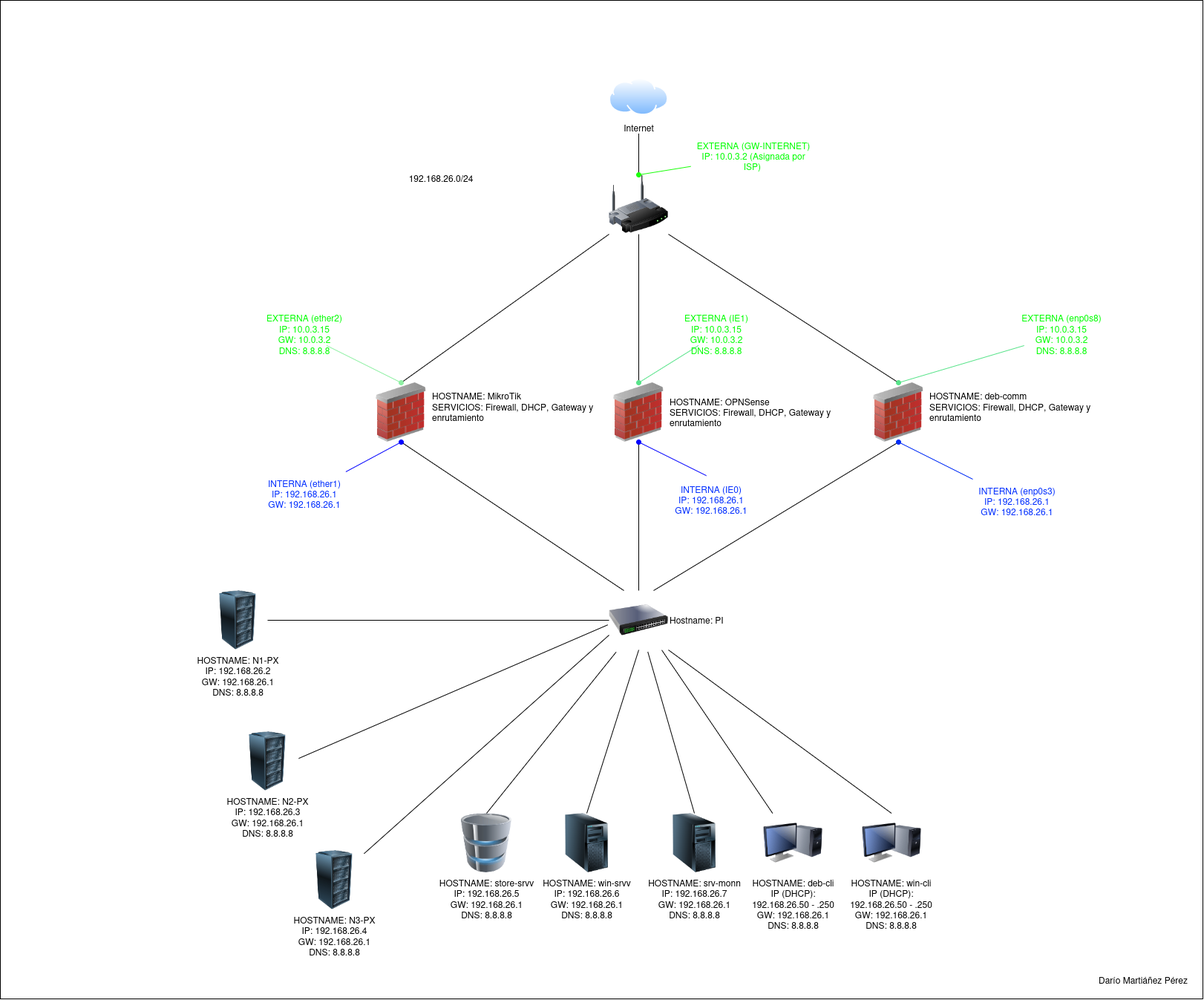
darmarper3/individual-pi-asix-batoi keeps this draw.io diagram as evidencias/Esquema-Red-T0-Individual.drawio.png. Above is the earlier version. Source tidied: cells renumbered, new cells last; positions are measured from the earlier drawing's top-left corner, leaving out a move shared by most shapes.
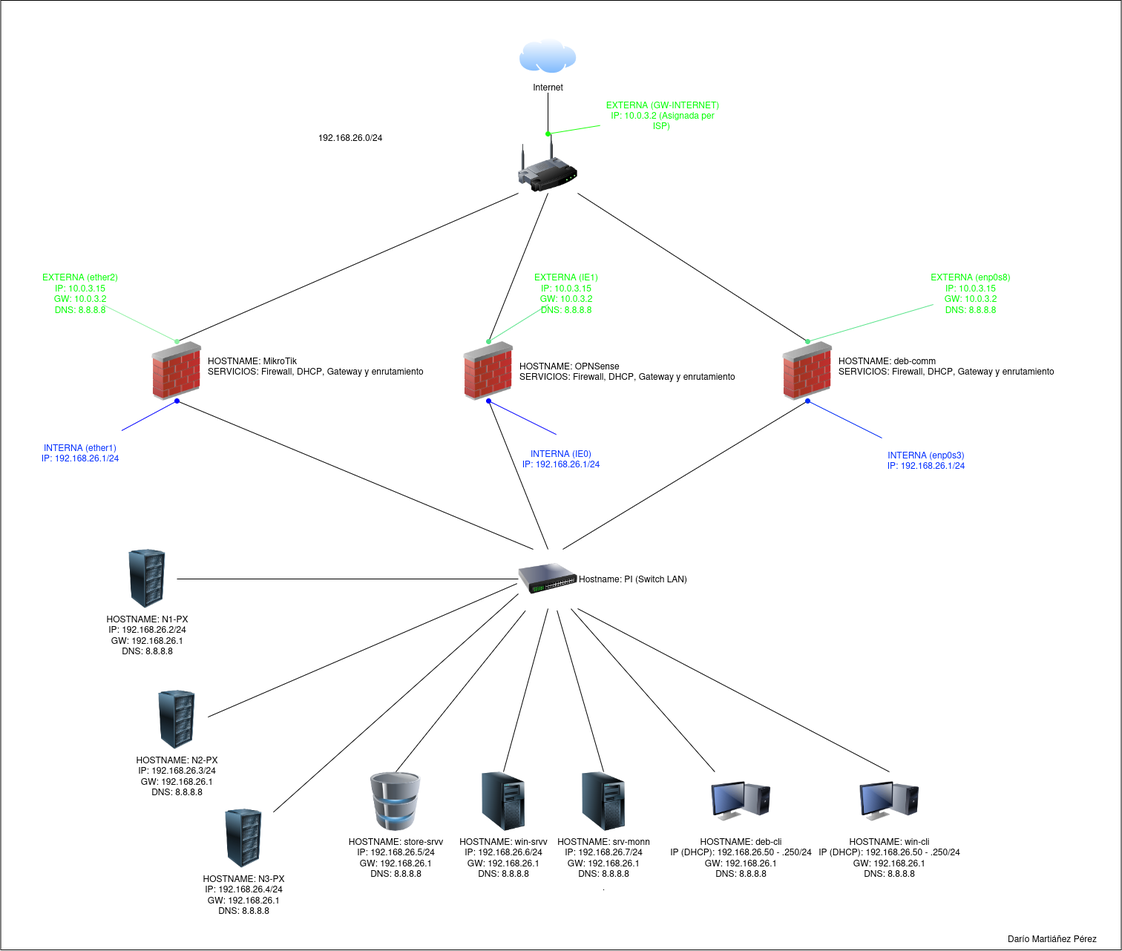
Above is the later version.

Change to the diagram source:
```diff
@@ -3,21 +3,21 @@
     <mxCell id="0" />
     <mxCell id="1" parent="0" />
     <mxCell id="2" style="rounded=0;whiteSpace=wrap;html=1;" parent="1" vertex="1">
-      <mxGeometry width="1620" height="1345" as="geometry" />
+      <mxGeometry x="122.5" y="55" width="1510" height="1280" as="geometry" />
     </mxCell>
-    <mxCell id="3" value="&lt;div&gt;HOSTNAME: win-cli&lt;/div&gt;&lt;div&gt;IP (DHCP):&lt;/div&gt;&lt;div&gt;192.168.26.50 - .250&lt;/div&gt;&lt;div&gt;GW:&amp;nbsp;192.168.26.1&lt;/div&gt;&lt;div&gt;DNS: 8.8.8.8&lt;/div&gt;" style="image;html=1;image=img/lib/clip_art/computers/Monitor_Tower_128x128.png;labelPerimeter=1;" parent="1" vertex="1">
-      <mxGeometry x="1160.5" y="1095" width="80" height="80" as="geometry" />
+    <mxCell id="3" value="&lt;div&gt;HOSTNAME: win-cli&lt;/div&gt;&lt;div&gt;IP (DHCP): 192.168.26.50 - .250/24&lt;/div&gt;&lt;div&gt;GW:&amp;nbsp;192.168.26.1&lt;/div&gt;&lt;div&gt;DNS: 8.8.8.8&lt;/div&gt;" style="image;html=1;image=img/lib/clip_art/computers/Monitor_Tower_128x128.png;labelPerimeter=1;" parent="1" vertex="1">
+      <mxGeometry x="1280" y="1095" width="80" height="80" as="geometry" />
     </mxCell>
-    <mxCell id="4" value="&lt;div&gt;HOSTNAME: deb-cli&lt;/div&gt;&lt;div&gt;IP (DHCP):&lt;/div&gt;&lt;div&gt;192.168.26.50 - .250&lt;/div&gt;&lt;div&gt;GW:&amp;nbsp;192.168.26.1&lt;/div&gt;&lt;div&gt;DNS: 8.8.8.8&lt;/div&gt;" style="image;html=1;image=img/lib/clip_art/computers/Monitor_Tower_128x128.png;labelPerimeter=1;" parent="1" vertex="1">
-      <mxGeometry x="1027.5" y="1095" width="80" height="80" as="geometry" />
+    <mxCell id="4" value="&lt;div&gt;HOSTNAME: deb-cli&lt;/div&gt;&lt;div&gt;IP (DHCP): 192.168.26.50 - .250/24&lt;/div&gt;&lt;div&gt;GW:&amp;nbsp;192.168.26.1&lt;/div&gt;&lt;div&gt;DNS: 8.8.8.8&lt;/div&gt;" style="image;html=1;image=img/lib/clip_art/computers/Monitor_Tower_128x128.png;labelPerimeter=1;" parent="1" vertex="1">
+      <mxGeometry x="1080" y="1095" width="80" height="80" as="geometry" />
     </mxCell>
-    <mxCell id="5" value="&lt;div&gt;&lt;div&gt;&lt;div&gt;&lt;div&gt;HOSTNAME:&amp;nbsp;store-srvv&lt;/div&gt;&lt;div&gt;IP: 192.168.26.5&lt;/div&gt;&lt;div&gt;GW: 192.168.26.1&lt;/div&gt;&lt;div&gt;DNS: 8.8.8.8&lt;/div&gt;&lt;/div&gt;&lt;br&gt;&lt;br&gt;&lt;/div&gt;&lt;br&gt;&lt;/div&gt;" style="image;html=1;image=img/lib/clip_art/computers/Database_128x128.png;labelPerimeter=1;" parent="1" vertex="1">
+    <mxCell id="5" value="&lt;div&gt;&lt;div&gt;&lt;div&gt;&lt;div&gt;HOSTNAME:&amp;nbsp;store-srvv&lt;/div&gt;&lt;div&gt;IP: 192.168.26.5/24&lt;/div&gt;&lt;div&gt;GW: 192.168.26.1&lt;/div&gt;&lt;div&gt;DNS: 8.8.8.8&lt;/div&gt;&lt;/div&gt;&lt;br&gt;&lt;br&gt;&lt;/div&gt;&lt;br&gt;&lt;/div&gt;" style="image;html=1;image=img/lib/clip_art/computers/Database_128x128.png;labelPerimeter=1;" parent="1" vertex="1">
       <mxGeometry x="615" y="1095" width="80" height="80" as="geometry" />
     </mxCell>
-    <mxCell id="6" value="&lt;div&gt;&lt;div&gt;&lt;div&gt;HOSTNAME:&amp;nbsp;deb-comm&lt;/div&gt;&lt;div&gt;SERVICIOS: Firewall, DHCP, Gateway y&lt;/div&gt;&lt;div&gt;enrutamiento&lt;/div&gt;&lt;/div&gt;&lt;br&gt;&lt;/div&gt;" style="image;html=1;image=img/lib/clip_art/networking/Firewall_02_128x128.png;labelPerimeter=1;labelPosition=right;verticalLabelPosition=middle;align=left;verticalAlign=middle;" parent="1" vertex="1">
+    <mxCell id="6" value="&lt;div&gt;&lt;div&gt;&lt;div&gt;HOSTNAME:&amp;nbsp;deb-comm&lt;/div&gt;&lt;div&gt;SERVICIOS: Firewall, DHCP, Gateway y enrutamiento&lt;/div&gt;&lt;/div&gt;&lt;br&gt;&lt;/div&gt;" style="image;html=1;image=img/lib/clip_art/networking/Firewall_02_128x128.png;labelPerimeter=1;labelPosition=right;verticalLabelPosition=middle;align=left;verticalAlign=middle;" parent="1" vertex="1">
       <mxGeometry x="1170" y="515" width="80" height="80" as="geometry" />
     </mxCell>
-    <mxCell id="7" value="&lt;div&gt;&lt;div&gt;&lt;div&gt;&lt;div&gt;HOSTNAME: N1-PX&lt;/div&gt;&lt;div&gt;IP: 192.168.26.2&lt;/div&gt;&lt;div&gt;GW: 192.168.26.1&lt;/div&gt;&lt;div&gt;DNS: 8.8.8.8&lt;/div&gt;&lt;/div&gt;&lt;/div&gt;&lt;/div&gt;" style="image;html=1;image=img/lib/clip_art/computers/Server_Rack_128x128.png;labelPerimeter=1;" parent="1" vertex="1">
+    <mxCell id="7" value="&lt;div&gt;&lt;div&gt;&lt;div&gt;&lt;div&gt;HOSTNAME: N1-PX&lt;/div&gt;&lt;div&gt;IP: 192.168.26.2/24&lt;/div&gt;&lt;div&gt;GW: 192.168.26.1&lt;/div&gt;&lt;div&gt;DNS: 8.8.8.8&lt;/div&gt;&lt;/div&gt;&lt;/div&gt;&lt;/div&gt;" style="image;html=1;image=img/lib/clip_art/computers/Server_Rack_128x128.png;labelPerimeter=1;" parent="1" vertex="1">
       <mxGeometry x="280" y="795" width="80" height="80" as="geometry" />
     </mxCell>
     <mxCell id="8" style="edgeStyle=orthogonalEdgeStyle;rounded=0;jettySize=auto;html=1;defaultLabelBackgroundColor=gap;" parent="1" edge="1" source="9">
@@ -25,22 +25,22 @@
         <mxPoint x="935" y="1255" as="targetPoint" />
       </mxGeometry>
     </mxCell>
-    <mxCell id="9" value="&lt;div&gt;&lt;div&gt;HOSTNAME:&amp;nbsp;srv-monn&lt;/div&gt;&lt;div&gt;IP: 192.168.26.7&lt;/div&gt;&lt;div&gt;GW:&amp;nbsp;192.168.26.1&lt;/div&gt;&lt;div&gt;DNS: 8.8.8.8&lt;/div&gt;&lt;br&gt;&lt;/div&gt;" style="image;html=1;image=img/lib/clip_art/computers/Server_Tower_128x128.png;labelPerimeter=1;" parent="1" vertex="1">
+    <mxCell id="9" value="&lt;div&gt;&lt;div&gt;HOSTNAME:&amp;nbsp;srv-monn&lt;/div&gt;&lt;div&gt;IP: 192.168.26.7/24&lt;/div&gt;&lt;div&gt;GW:&amp;nbsp;192.168.26.1&lt;/div&gt;&lt;div&gt;DNS: 8.8.8.8&lt;/div&gt;&lt;br&gt;&lt;/div&gt;" style="image;html=1;image=img/lib/clip_art/computers/Server_Tower_128x128.png;labelPerimeter=1;" parent="1" vertex="1">
       <mxGeometry x="895" y="1095" width="80" height="80" as="geometry" />
     </mxCell>
-    <mxCell id="10" value="&lt;div&gt;&lt;div&gt;HOSTNAME: win-srvv&lt;/div&gt;&lt;div&gt;IP:&amp;nbsp;192.168.26.6&lt;/div&gt;&lt;div&gt;GW:&amp;nbsp;192.168.26.1&lt;/div&gt;&lt;div&gt;DNS: 8.8.8.8&lt;/div&gt;&lt;/div&gt;" style="image;html=1;image=img/lib/clip_art/computers/Server_Tower_128x128.png;labelPerimeter=1;" parent="1" vertex="1">
-      <mxGeometry x="750" y="1095" width="80" height="80" as="geometry" />
+    <mxCell id="10" value="&lt;div&gt;&lt;div&gt;HOSTNAME: win-srvv&lt;/div&gt;&lt;div&gt;IP:&amp;nbsp;192.168.26.6/24&lt;/div&gt;&lt;div&gt;GW:&amp;nbsp;192.168.26.1&lt;/div&gt;&lt;div&gt;DNS: 8.8.8.8&lt;/div&gt;&lt;/div&gt;" style="image;html=1;image=img/lib/clip_art/computers/Server_Tower_128x128.png;labelPerimeter=1;" parent="1" vertex="1">
+      <mxGeometry x="760" y="1095" width="80" height="80" as="geometry" />
     </mxCell>
-    <mxCell id="11" value="&lt;div&gt;&lt;div&gt;&lt;div&gt;HOSTNAME:&amp;nbsp;MikroTik&lt;/div&gt;SERVICIOS: Firewall, DHCP, Gateway y&lt;/div&gt;&lt;div&gt;enrutamiento&lt;/div&gt;&lt;br&gt;&lt;/div&gt;" style="image;html=1;image=img/lib/clip_art/networking/Firewall_02_128x128.png;labelPerimeter=1;labelPosition=right;verticalLabelPosition=middle;align=left;verticalAlign=middle;" parent="1" vertex="1">
-      <mxGeometry x="500" y="515" width="80" height="80" as="geometry" />
+    <mxCell id="11" value="&lt;div&gt;&lt;div&gt;&lt;div&gt;HOSTNAME:&amp;nbsp;MikroTik&lt;/div&gt;SERVICIOS: Firewall, DHCP, Gateway y enrutamiento&lt;/div&gt;&lt;br&gt;&lt;/div&gt;" style="image;html=1;image=img/lib/clip_art/networking/Firewall_02_128x128.png;labelPerimeter=1;labelPosition=right;verticalLabelPosition=middle;align=left;verticalAlign=middle;" parent="1" vertex="1">
+      <mxGeometry x="320" y="515" width="80" height="80" as="geometry" />
     </mxCell>
-    <mxCell id="12" value="&lt;div&gt;&lt;div&gt;HOSTNAME: OPNSense&lt;/div&gt;&lt;div&gt;SERVICIOS: Firewall, DHCP, Gateway y&lt;/div&gt;&lt;div&gt;enrutamiento&lt;/div&gt;&lt;/div&gt;" style="image;html=1;image=img/lib/clip_art/networking/Firewall_02_128x128.png;labelPerimeter=1;labelPosition=right;verticalLabelPosition=middle;align=left;verticalAlign=middle;" parent="1" vertex="1">
-      <mxGeometry x="820" y="515" width="80" height="80" as="geometry" />
+    <mxCell id="12" value="&lt;div&gt;&lt;div&gt;HOSTNAME: OPNSense&lt;/div&gt;&lt;div&gt;SERVICIOS: Firewall, DHCP, Gateway y enrutamiento&lt;/div&gt;&lt;/div&gt;" style="image;html=1;image=img/lib/clip_art/networking/Firewall_02_128x128.png;labelPerimeter=1;labelPosition=right;verticalLabelPosition=middle;align=left;verticalAlign=middle;" parent="1" vertex="1">
+      <mxGeometry x="740" y="515" width="80" height="80" as="geometry" />
     </mxCell>
     <mxCell id="13" style="rounded=0;jettySize=auto;html=1;defaultLabelBackgroundColor=gap;endArrow=none;endFill=0;exitX=0.888;exitY=1.002;exitDx=0;exitDy=0;exitPerimeter=0;" parent="1" edge="1" source="14" target="4">
       <mxGeometry relative="1" as="geometry" />
     </mxCell>
-    <mxCell id="14" value="Hostname: PI" style="image;html=1;image=img/lib/clip_art/networking/Switch_128x128.png;textDirection=ltr;labelPosition=right;verticalLabelPosition=middle;align=left;verticalAlign=middle;labelPerimeter=1;" parent="1" vertex="1">
+    <mxCell id="14" value="Hostname: PI (Switch LAN)" style="image;html=1;image=img/lib/clip_art/networking/Switch_128x128.png;textDirection=ltr;labelPosition=right;verticalLabelPosition=middle;align=left;verticalAlign=middle;labelPerimeter=1;" parent="1" vertex="1">
       <mxGeometry x="820" y="795" width="80" height="80" as="geometry" />
     </mxCell>
     <mxCell id="15" style="rounded=0;jettySize=auto;html=1;defaultLabelBackgroundColor=gap;endArrow=none;endFill=0;exitX=1;exitY=1;exitDx=0;exitDy=0;entryX=0.5;entryY=0;entryDx=0;entryDy=0;" parent="1" edge="1" source="14" target="3">
@@ -89,18 +89,18 @@
       <mxGeometry relative="1" as="geometry" />
     </mxCell>
     <mxCell id="30" value="&lt;div&gt;EXTERNA (IE1)&lt;/div&gt;&lt;div&gt;IP: 10.0.3.15&lt;/div&gt;&lt;div&gt;GW: 10.0.3.2&lt;/div&gt;&lt;div&gt;DNS: 8.8.8.8&lt;/div&gt;" style="text;html=1;whiteSpace=wrap;strokeColor=none;fillColor=none;align=center;verticalAlign=middle;rounded=0;fontColor=light-dark(#00FF00,#EDEDED);" parent="1" vertex="1">
-      <mxGeometry x="894.5" y="435" width="140" height="30" as="geometry" />
+      <mxGeometry x="814.5" y="435" width="140" height="30" as="geometry" />
     </mxCell>
     <mxCell id="31" style="rounded=0;jettySize=auto;html=1;entryX=0.5;entryY=1;entryDx=0;entryDy=0;defaultLabelBackgroundColor=gap;endArrow=oval;endFill=1;strokeColor=light-dark(#0000ff, #ededed);exitX=0.454;exitY=-0.039;exitDx=0;exitDy=0;exitPerimeter=0;" parent="1" edge="1" source="32" target="12">
       <mxGeometry relative="1" as="geometry" />
     </mxCell>
-    <mxCell id="32" value="&lt;div&gt;INTERNA (IE0)&lt;/div&gt;&lt;div&gt;IP: 192.168.26.1&lt;/div&gt;&lt;div&gt;GW:&amp;nbsp;192.168.26.1&lt;/div&gt;" style="text;html=1;whiteSpace=wrap;strokeColor=none;fillColor=none;align=center;verticalAlign=middle;rounded=0;fontColor=light-dark(#002DFF,#EDEDED);" parent="1" vertex="1">
-      <mxGeometry x="887.5" y="642.5" width="140" height="60" as="geometry" />
+    <mxCell id="32" value="&lt;div&gt;INTERNA (IE0)&lt;/div&gt;&lt;div&gt;IP: 192.168.26.1/24&lt;/div&gt;" style="text;html=1;whiteSpace=wrap;strokeColor=none;fillColor=none;align=center;verticalAlign=middle;rounded=0;fontColor=light-dark(#002DFF,#EDEDED);" parent="1" vertex="1">
+      <mxGeometry x="807.5" y="642.5" width="140" height="60" as="geometry" />
     </mxCell>
     <mxCell id="33" style="rounded=0;jettySize=auto;html=1;entryX=0.5;entryY=1;entryDx=0;entryDy=0;defaultLabelBackgroundColor=gap;endArrow=oval;endFill=1;strokeColor=#002CF6;" parent="1" edge="1" source="34" target="6">
       <mxGeometry relative="1" as="geometry" />
     </mxCell>
-    <mxCell id="34" value="&lt;div&gt;INTERNA (enp0s3)&lt;/div&gt;&lt;div&gt;IP: 192.168.26.1&lt;/div&gt;&lt;div&gt;GW:&amp;nbsp;192.168.26.1&lt;/div&gt;" style="text;html=1;whiteSpace=wrap;strokeColor=none;fillColor=none;align=center;verticalAlign=middle;rounded=0;fontColor=light-dark(#002DFF,#EDEDED);" parent="1" vertex="1">
+    <mxCell id="34" value="&lt;div&gt;INTERNA (enp0s3)&lt;/div&gt;&lt;div&gt;IP: 192.168.26.1/24&lt;/div&gt;" style="text;html=1;whiteSpace=wrap;strokeColor=none;fillColor=none;align=center;verticalAlign=middle;rounded=0;fontColor=light-dark(#002DFF,#EDEDED);" parent="1" vertex="1">
       <mxGeometry x="1300" y="645" width="140" height="60" as="geometry" />
     </mxCell>
     <mxCell id="35" style="rounded=0;jettySize=auto;html=1;entryX=0.5;entryY=0;entryDx=0;entryDy=0;defaultLabelBackgroundColor=gap;endArrow=oval;endFill=1;strokeColor=light-dark(#57e389, #ededed);" parent="1" edge="1" source="36" target="6">
@@ -113,18 +113,18 @@
       <mxGeometry relative="1" as="geometry" />
     </mxCell>
     <mxCell id="38" value="&lt;div&gt;EXTERNA (ether2)&lt;/div&gt;&lt;div&gt;IP: 10.0.3.15&lt;/div&gt;&lt;div&gt;GW: 10.0.3.2&lt;/div&gt;&lt;div&gt;DNS: 8.8.8.8&lt;/div&gt;" style="text;html=1;whiteSpace=wrap;strokeColor=none;fillColor=none;align=center;verticalAlign=middle;rounded=0;fontColor=light-dark(#00FF00,#EDEDED);" parent="1" vertex="1">
-      <mxGeometry x="339.5" y="435" width="140" height="30" as="geometry" />
+      <mxGeometry x="159.5" y="435" width="140" height="30" as="geometry" />
     </mxCell>
     <mxCell id="39" style="rounded=0;jettySize=auto;html=1;entryX=0.5;entryY=1;entryDx=0;entryDy=0;defaultLabelBackgroundColor=gap;strokeColor=light-dark(#0000ff, #ededed);endArrow=oval;endFill=1;" parent="1" edge="1" source="40" target="11">
       <mxGeometry relative="1" as="geometry" />
     </mxCell>
-    <mxCell id="40" value="&lt;div&gt;INTERNA (ether1)&lt;/div&gt;&lt;div&gt;IP: 192.168.26.1&lt;/div&gt;&lt;div&gt;GW:&amp;nbsp;192.168.26.1&lt;/div&gt;" style="text;html=1;whiteSpace=wrap;strokeColor=none;fillColor=none;align=center;verticalAlign=middle;rounded=0;fontColor=light-dark(#002DFF,#EDEDED);" parent="1" vertex="1">
-      <mxGeometry x="339.5" y="635" width="140" height="60" as="geometry" />
+    <mxCell id="40" value="&lt;div&gt;INTERNA (ether1)&lt;/div&gt;&lt;div&gt;IP: 192.168.26.1/24&lt;/div&gt;" style="text;html=1;whiteSpace=wrap;strokeColor=none;fillColor=none;align=center;verticalAlign=middle;rounded=0;fontColor=light-dark(#002DFF,#EDEDED);" parent="1" vertex="1">
+      <mxGeometry x="159.5" y="635" width="140" height="60" as="geometry" />
     </mxCell>
     <mxCell id="41" style="rounded=0;jettySize=auto;html=1;entryX=0.5;entryY=0;entryDx=0;entryDy=0;defaultLabelBackgroundColor=gap;endArrow=oval;endFill=1;strokeColor=#1BFF0B;" parent="1" edge="1" source="42" target="23">
       <mxGeometry relative="1" as="geometry" />
     </mxCell>
-    <mxCell id="42" value="&lt;div&gt;EXTERNA (GW-INTERNET)&lt;/div&gt;&lt;div&gt;IP: 10.0.3.2 (Asignada por ISP)&amp;nbsp;&lt;/div&gt;" style="text;html=1;whiteSpace=wrap;strokeColor=none;fillColor=none;align=center;verticalAlign=middle;rounded=0;fontColor=light-dark(#00FF00,#EDEDED);" parent="1" vertex="1">
+    <mxCell id="42" value="&lt;div&gt;EXTERNA (GW-INTERNET)&lt;/div&gt;&lt;div&gt;IP: 10.0.3.2 (Asignada per ISP)&amp;nbsp;&lt;/div&gt;" style="text;html=1;whiteSpace=wrap;strokeColor=none;fillColor=none;align=center;verticalAlign=middle;rounded=0;fontColor=light-dark(#00FF00,#EDEDED);" parent="1" vertex="1">
       <mxGeometry x="930" y="195" width="170" height="30" as="geometry" />
     </mxCell>
     <mxCell id="43" value="192.168.26.0/24" style="text;html=1;whiteSpace=wrap;strokeColor=none;fillColor=none;align=center;verticalAlign=middle;rounded=0;" parent="1" vertex="1">
@@ -133,13 +133,13 @@
     <mxCell id="44" value="Darío Martiáñez Pérez" style="text;html=1;whiteSpace=wrap;strokeColor=none;fillColor=none;align=center;verticalAlign=middle;rounded=0;" parent="1" vertex="1">
       <mxGeometry x="1470" y="1305" width="140" height="30" as="geometry" />
     </mxCell>
-    <mxCell id="45" value="&lt;div&gt;&lt;div&gt;&lt;div&gt;&lt;div&gt;HOSTNAME: N2-PX&lt;/div&gt;&lt;div&gt;IP: 192.168.26.3&lt;/div&gt;&lt;div&gt;GW: 192.168.26.1&lt;/div&gt;&lt;div&gt;DNS: 8.8.8.8&lt;/div&gt;&lt;/div&gt;&lt;/div&gt;&lt;/div&gt;" style="image;html=1;image=img/lib/clip_art/computers/Server_Rack_128x128.png;labelPerimeter=1;" parent="1" vertex="1">
+    <mxCell id="45" value="&lt;div&gt;&lt;div&gt;&lt;div&gt;&lt;div&gt;HOSTNAME: N2-PX&lt;/div&gt;&lt;div&gt;IP: 192.168.26.3/24&lt;/div&gt;&lt;div&gt;GW: 192.168.26.1&lt;/div&gt;&lt;div&gt;DNS: 8.8.8.8&lt;/div&gt;&lt;/div&gt;&lt;/div&gt;&lt;/div&gt;" style="image;html=1;image=img/lib/clip_art/computers/Server_Rack_128x128.png;labelPerimeter=1;" parent="1" vertex="1">
       <mxGeometry x="320" y="985" width="80" height="80" as="geometry" />
     </mxCell>
     <mxCell id="46" style="rounded=0;jettySize=auto;html=1;entryX=0;entryY=0.75;entryDx=0;entryDy=0;defaultLabelBackgroundColor=page;endArrow=none;endFill=0;" parent="1" edge="1" source="47" target="14">
       <mxGeometry relative="1" as="geometry" />
     </mxCell>
-    <mxCell id="47" value="&lt;div&gt;&lt;div&gt;&lt;div&gt;&lt;div&gt;HOSTNAME: N3-PX&lt;/div&gt;&lt;div&gt;IP: 192.168.26.4&lt;/div&gt;&lt;div&gt;GW: 192.168.26.1&lt;/div&gt;&lt;div&gt;DNS: 8.8.8.8&lt;/div&gt;&lt;/div&gt;&lt;/div&gt;&lt;/div&gt;" style="image;html=1;image=img/lib/clip_art/computers/Server_Rack_128x128.png;labelPerimeter=1;" parent="1" vertex="1">
+    <mxCell id="47" value="&lt;div&gt;&lt;div&gt;&lt;div&gt;&lt;div&gt;HOSTNAME: N3-PX&lt;/div&gt;&lt;div&gt;IP: 192.168.26.4/24&lt;/div&gt;&lt;div&gt;GW: 192.168.26.1&lt;/div&gt;&lt;div&gt;DNS: 8.8.8.8&lt;/div&gt;&lt;/div&gt;&lt;/div&gt;&lt;/div&gt;" style="image;html=1;image=img/lib/clip_art/computers/Server_Rack_128x128.png;labelPerimeter=1;" parent="1" vertex="1">
       <mxGeometry x="410" y="1145" width="80" height="80" as="geometry" />
     </mxCell>
     <mxCell id="48" style="rounded=0;jettySize=auto;html=1;defaultLabelBackgroundColor=gap;endArrow=none;endFill=0;exitX=-0.023;exitY=0.578;exitDx=0;exitDy=0;entryX=1.024;entryY=0.451;entryDx=0;entryDy=0;entryPerimeter=0;exitPerimeter=0;" parent="1" edge="1" source="14" target="45">
```
